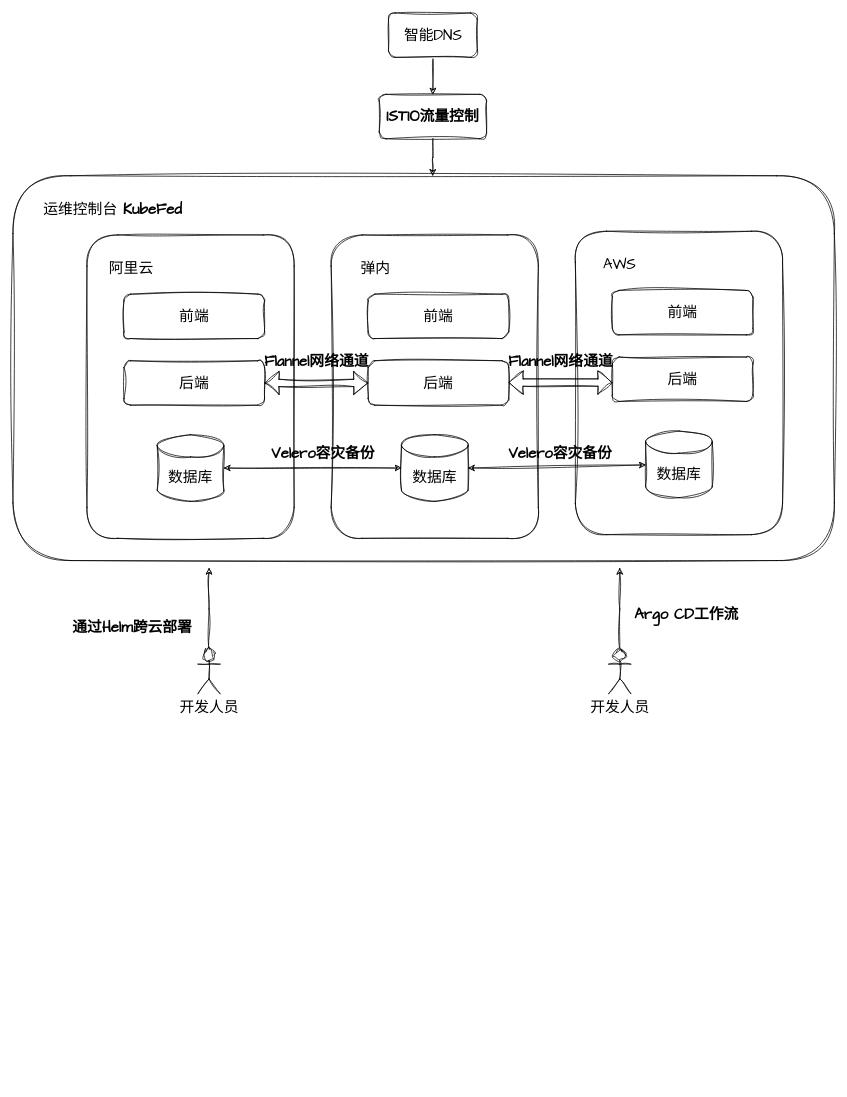
ChasingForWind/draw keeps this draw.io diagram as 多云整体架构.drawio. Above is the earlier version. Source tidied: cells renumbered, new cells numbered last; positions are measured from the earlier drawing's top-left corner, leaving out a move shared by most shapes. Both pictures are drawn from the tidied source at 74%, with x=0, y=0 at pixel (13, 13).
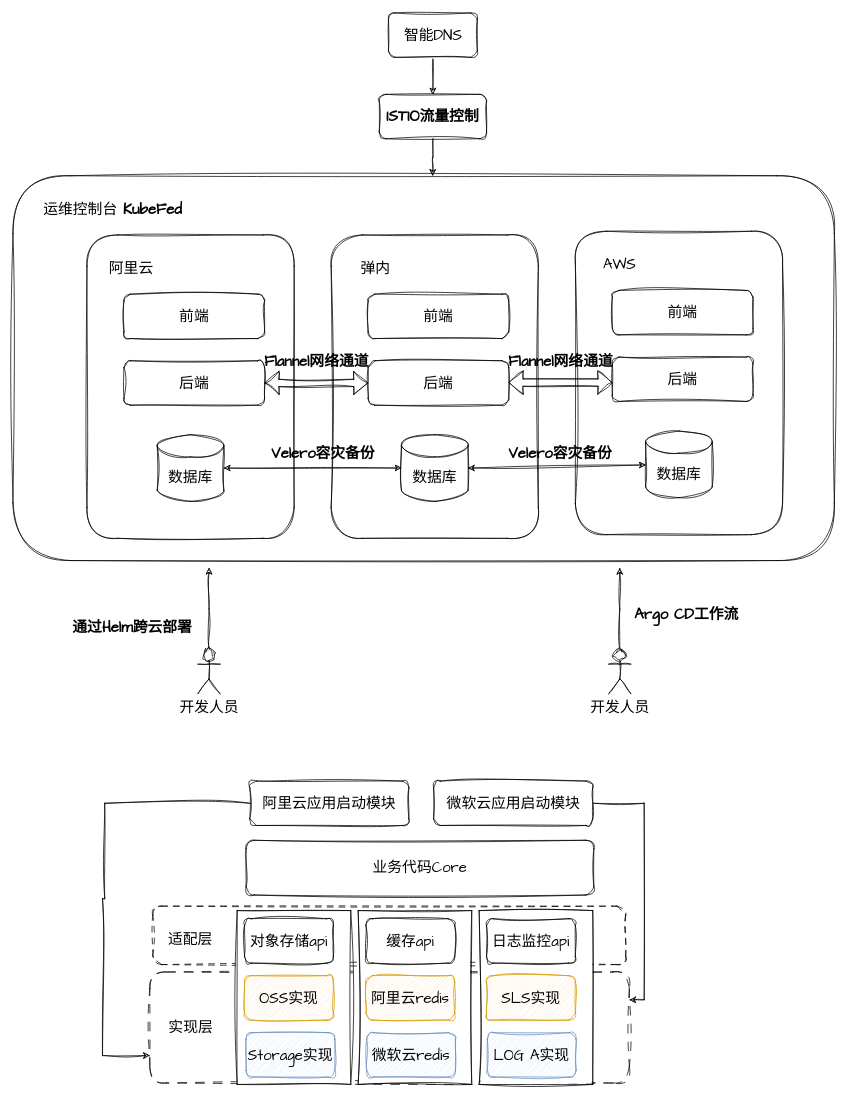
The same page after the edit.

Commit message:
更新多云整体架构.drawio

Diff of the diagram source:
```diff
@@
+    <mxCell id="37" style="rounded=1;whiteSpace=wrap;html=1;sketch=1;hachureGap=4;jiggle=2;curveFitting=1;fontFamily=Architects Daughter;fontSize=20;dashed=1;dashPattern=12 12;" parent="1" vertex="1">
+      <mxGeometry x="185" y="1296" width="648" height="150" as="geometry" />
+    </mxCell>
+    <mxCell id="38" style="rounded=1;whiteSpace=wrap;html=1;sketch=1;hachureGap=4;jiggle=2;curveFitting=1;fontFamily=Architects Daughter;fontSize=20;dashed=1;dashPattern=8 8;" parent="1" vertex="1">
+      <mxGeometry x="189" y="1207" width="639" height="79" as="geometry" />
+    </mxCell>
+    <mxCell id="39" style="rounded=0;whiteSpace=wrap;html=1;sketch=1;hachureGap=4;jiggle=2;curveFitting=1;fontFamily=Architects Daughter;fontSize=20;" parent="1" vertex="1">
+      <mxGeometry x="630" y="1213" width="153.5" height="235" as="geometry" />
+    </mxCell>
+    <mxCell id="40" style="rounded=0;whiteSpace=wrap;html=1;sketch=1;hachureGap=4;jiggle=2;curveFitting=1;fontFamily=Architects Daughter;fontSize=20;" parent="1" vertex="1">
+      <mxGeometry x="466.5" y="1213" width="153.5" height="235" as="geometry" />
+    </mxCell>
+    <mxCell id="41" style="rounded=0;whiteSpace=wrap;html=1;sketch=1;hachureGap=4;jiggle=2;curveFitting=1;fontFamily=Architects Daughter;fontSize=20;" parent="1" vertex="1">
+      <mxGeometry x="303" y="1213" width="153.5" height="235" as="geometry" />
+    </mxCell>
@@
+    <mxCell id="42" value="业务代码Core" style="rounded=1;whiteSpace=wrap;html=1;sketch=1;hachureGap=4;jiggle=2;curveFitting=1;fontFamily=Architects Daughter;fontSize=20;" parent="1" vertex="1">
+      <mxGeometry x="315" y="1118" width="470" height="74" as="geometry" />
+    </mxCell>
+    <mxCell id="43" value="对象存储api" style="rounded=1;whiteSpace=wrap;html=1;sketch=1;hachureGap=4;jiggle=2;curveFitting=1;fontFamily=Architects Daughter;fontSize=20;" parent="1" vertex="1">
+      <mxGeometry x="313" y="1224" width="120" height="60" as="geometry" />
+    </mxCell>
+    <mxCell id="44" value="缓存api" style="rounded=1;whiteSpace=wrap;html=1;sketch=1;hachureGap=4;jiggle=2;curveFitting=1;fontFamily=Architects Daughter;fontSize=20;" parent="1" vertex="1">
+      <mxGeometry x="477" y="1224" width="120" height="60" as="geometry" />
+    </mxCell>
+    <mxCell id="45" value="日志监控api" style="rounded=1;whiteSpace=wrap;html=1;sketch=1;hachureGap=4;jiggle=2;curveFitting=1;fontFamily=Architects Daughter;fontSize=20;" parent="1" vertex="1">
+      <mxGeometry x="640" y="1224" width="120" height="60" as="geometry" />
+    </mxCell>
+    <mxCell id="46" value="OSS实现" style="rounded=1;whiteSpace=wrap;html=1;sketch=1;hachureGap=4;jiggle=2;curveFitting=1;fontFamily=Architects Daughter;fontSize=20;fillColor=#ffe6cc;strokeColor=#d79b00;" parent="1" vertex="1">
+      <mxGeometry x="313" y="1301" width="120" height="60" as="geometry" />
+    </mxCell>
+    <mxCell id="47" value="Storage实现" style="rounded=1;whiteSpace=wrap;html=1;sketch=1;hachureGap=4;jiggle=2;curveFitting=1;fontFamily=Architects Daughter;fontSize=20;fillColor=#dae8fc;strokeColor=#6c8ebf;" parent="1" vertex="1">
+      <mxGeometry x="315" y="1378" width="120" height="60" as="geometry" />
+    </mxCell>
+    <mxCell id="48" value="阿里云redis" style="rounded=1;whiteSpace=wrap;html=1;sketch=1;hachureGap=4;jiggle=2;curveFitting=1;fontFamily=Architects Daughter;fontSize=20;fillColor=#ffe6cc;strokeColor=#d79b00;" parent="1" vertex="1">
+      <mxGeometry x="477" y="1301" width="120" height="60" as="geometry" />
+    </mxCell>
+    <mxCell id="49" value="微软云redis" style="rounded=1;whiteSpace=wrap;html=1;sketch=1;hachureGap=4;jiggle=2;curveFitting=1;fontFamily=Architects Daughter;fontSize=20;fillColor=#dae8fc;strokeColor=#6c8ebf;" parent="1" vertex="1">
+      <mxGeometry x="478" y="1378" width="120" height="60" as="geometry" />
+    </mxCell>
+    <mxCell id="50" value="SLS实现" style="rounded=1;whiteSpace=wrap;html=1;sketch=1;hachureGap=4;jiggle=2;curveFitting=1;fontFamily=Architects Daughter;fontSize=20;fillColor=#ffe6cc;strokeColor=#d79b00;" parent="1" vertex="1">
+      <mxGeometry x="640" y="1301" width="120" height="60" as="geometry" />
+    </mxCell>
+    <mxCell id="51" value="LOG A实现" style="rounded=1;whiteSpace=wrap;html=1;sketch=1;hachureGap=4;jiggle=2;curveFitting=1;fontFamily=Architects Daughter;fontSize=20;fillColor=#dae8fc;strokeColor=#6c8ebf;" parent="1" vertex="1">
+      <mxGeometry x="641" y="1378" width="120" height="60" as="geometry" />
+    </mxCell>
+    <mxCell id="52" value="适配层" style="text;html=1;strokeColor=none;fillColor=none;align=center;verticalAlign=middle;whiteSpace=wrap;rounded=0;fontSize=20;fontFamily=Architects Daughter;" parent="1" vertex="1">
+      <mxGeometry x="177" y="1236" width="126" height="30" as="geometry" />
+    </mxCell>
+    <mxCell id="53" value="实现层" style="text;html=1;strokeColor=none;fillColor=none;align=center;verticalAlign=middle;whiteSpace=wrap;rounded=0;fontSize=20;fontFamily=Architects Daughter;" parent="1" vertex="1">
+      <mxGeometry x="205.5" y="1356" width="69" height="30" as="geometry" />
+    </mxCell>
+    <mxCell id="54" style="edgeStyle=orthogonalEdgeStyle;rounded=0;sketch=1;hachureGap=4;jiggle=2;curveFitting=1;jettySize=auto;html=1;fontFamily=Architects Daughter;fontSize=16;" parent="1" edge="1" source="55" target="37">
+      <mxGeometry relative="1" as="geometry">
+        <Array as="points">
+          <mxPoint x="124" y="1068" />
+          <mxPoint x="124" y="1197" />
+          <mxPoint x="121" y="1197" />
+          <mxPoint x="121" y="1409" />
+        </Array>
+      </mxGeometry>
+    </mxCell>
+    <mxCell id="55" value="阿里云应用启动模块" style="rounded=1;whiteSpace=wrap;html=1;sketch=1;hachureGap=4;jiggle=2;curveFitting=1;fontFamily=Architects Daughter;fontSize=20;" parent="1" vertex="1">
+      <mxGeometry x="320" y="1038" width="215" height="60" as="geometry" />
+    </mxCell>
+    <mxCell id="56" style="edgeStyle=orthogonalEdgeStyle;rounded=0;sketch=1;hachureGap=4;jiggle=2;curveFitting=1;jettySize=auto;html=1;entryX=1;entryY=0.25;entryDx=0;entryDy=0;fontFamily=Architects Daughter;fontSize=16;" parent="1" edge="1" source="57" target="37">
+      <mxGeometry relative="1" as="geometry">
+        <Array as="points">
+          <mxPoint x="853" y="1068" />
+          <mxPoint x="853" y="1334" />
+        </Array>
+      </mxGeometry>
+    </mxCell>
+    <mxCell id="57" value="微软云应用启动模块" style="rounded=1;whiteSpace=wrap;html=1;sketch=1;hachureGap=4;jiggle=2;curveFitting=1;fontFamily=Architects Daughter;fontSize=20;" parent="1" vertex="1">
+      <mxGeometry x="568.5" y="1038" width="215" height="60" as="geometry" />
+    </mxCell>
```
